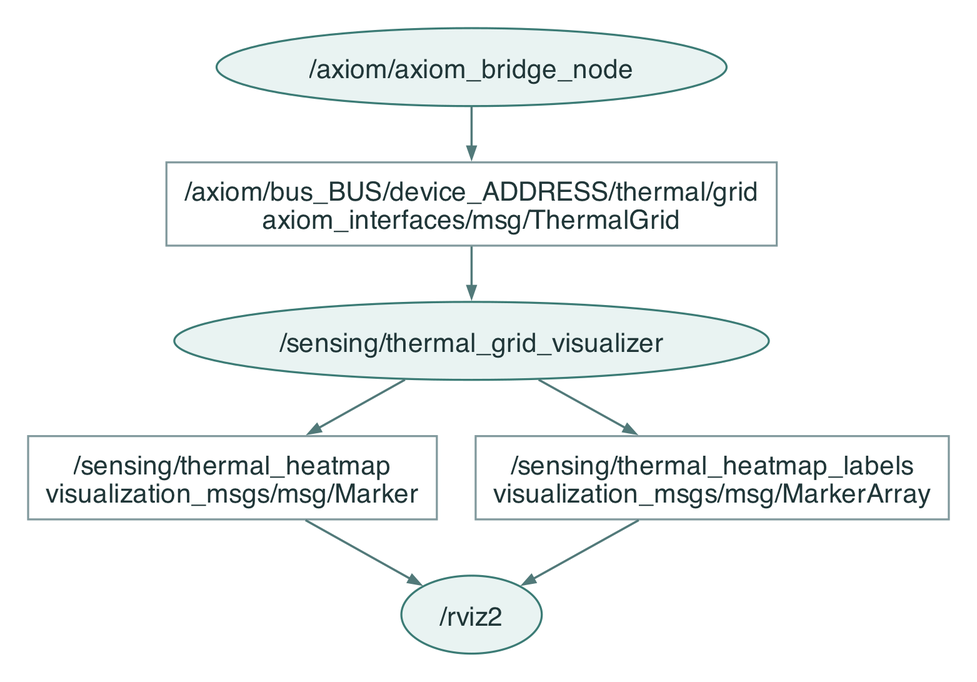
Before: docs/ros-graphs/ros2-thermal-graph.png, a diagram exported from Graphviz (robotical/axiom-ros2). Its source is kept beside it as docs/ros-graphs/ros2-thermal-graph.dot. Source of this version:
```dot
digraph ros {

  graph [bgcolor="white", rankdir=TB, pad="0.25", nodesep="0.35", ranksep="0.5", fontname="Helvetica", dpi=180];
  node [fontname="Helvetica", fontsize=17, fontcolor="#203638", color="#81999d", penwidth=1.3, margin="0.16,0.12", shape=box, style=filled, fillcolor="white"];
  edge [fontname="Helvetica", fontsize=13, color="#517979", fontcolor="#49676d", penwidth=1.4, arrowsize=0.75];

  driver [shape=ellipse, fillcolor="#e9f3f2", color="#3b7b75", label="/axiom/axiom_bridge_node"];
  grid [label="/axiom/bus_BUS/device_ADDRESS/thermal/grid\naxiom_interfaces/msg/ThermalGrid"];
  adapter [shape=ellipse, fillcolor="#e9f3f2", color="#3b7b75", label="/sensing/thermal_grid_visualizer"];
  markers [label="/sensing/thermal_heatmap\nvisualization_msgs/msg/Marker"];
  labels [label="/sensing/thermal_heatmap_labels\nvisualization_msgs/msg/MarkerArray"];
  rviz [shape=ellipse, fillcolor="#e9f3f2", color="#3b7b75", label="/rviz2"];
  driver -> grid -> adapter;
  adapter -> markers -> rviz;
  adapter -> labels -> rviz;
  {rank=same; markers; labels;}

}
```
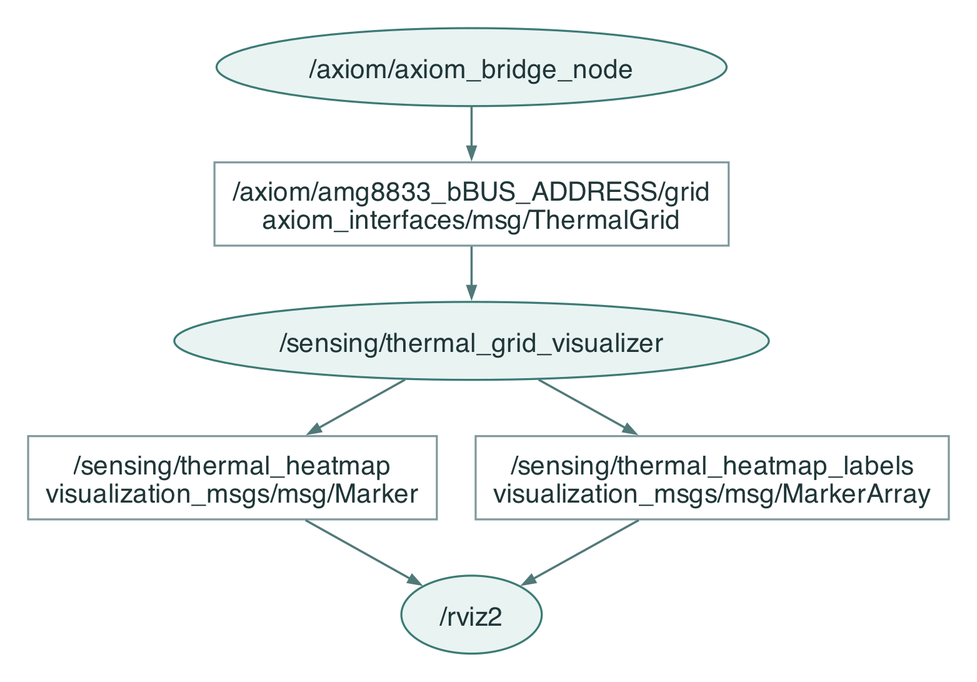
After the commit.

Diff of the diagram source:
```diff
@@ -5,7 +5,7 @@
   edge [fontname="Helvetica", fontsize=13, color="#517979", fontcolor="#49676d", penwidth=1.4, arrowsize=0.75];
 
   driver [shape=ellipse, fillcolor="#e9f3f2", color="#3b7b75", label="/axiom/axiom_bridge_node"];
-  grid [label="/axiom/bus_BUS/device_ADDRESS/thermal/grid\naxiom_interfaces/msg/ThermalGrid"];
+  grid [label="/axiom/amg8833_bBUS_ADDRESS/grid\naxiom_interfaces/msg/ThermalGrid"];
   adapter [shape=ellipse, fillcolor="#e9f3f2", color="#3b7b75", label="/sensing/thermal_grid_visualizer"];
   markers [label="/sensing/thermal_heatmap\nvisualization_msgs/msg/Marker"];
   labels [label="/sensing/thermal_heatmap_labels\nvisualization_msgs/msg/MarkerArray"];
```
